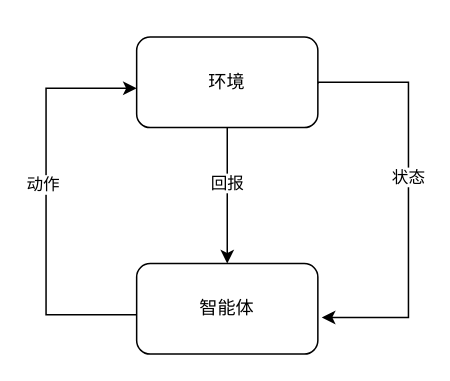
catizxt/Nqueen keeps this draw.io diagram as marl-env.drawio. Above is the earlier version. Source tidied: cells renumbered, new cells numbered last; positions are measured from the earlier drawing's top-left corner, leaving out a move shared by most shapes. Both pictures are drawn from the tidied source at 151%, with x=0, y=0 at pixel (45, 36).
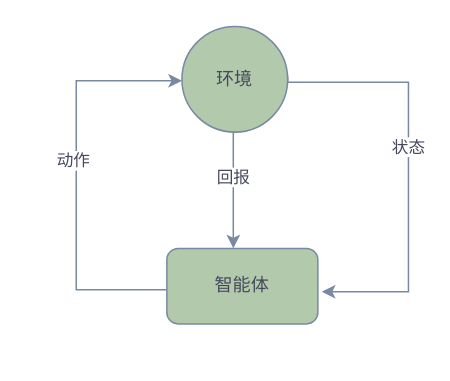
After the change.

The edit, as a diff of the source:
```diff
@@
 <mxGraphModel>
   <root>
     <mxCell id="0" />
     <mxCell id="1" parent="0" />
-    <mxCell id="2" style="edgeStyle=orthogonalEdgeStyle;rounded=0;orthogonalLoop=1;jettySize=auto;html=1;entryX=0;entryY=0.667;entryDx=0;entryDy=0;entryPerimeter=0;" parent="1" edge="1">
+    <mxCell id="2" style="edgeStyle=orthogonalEdgeStyle;rounded=0;orthogonalLoop=1;jettySize=auto;html=1;exitX=0;exitY=0.567;exitDx=0;exitDy=0;exitPerimeter=0;strokeColor=#788AA3;fontColor=#46495D;" parent="1" edge="1">
       <mxGeometry relative="1" as="geometry">
-        <mxPoint x="60" y="184" as="sourcePoint" />
-        <mxPoint x="60" y="34" as="targetPoint" />
+        <mxPoint x="80" y="167.4" as="sourcePoint" />
+        <mxPoint x="90" y="29" as="targetPoint" />
         <Array as="points">
-          <mxPoint y="184" />
-          <mxPoint y="34" />
+          <mxPoint x="20" y="167" />
+          <mxPoint x="20" y="29" />
         </Array>
       </mxGeometry>
     </mxCell>
-    <mxCell id="3" value="动作" style="edgeLabel;html=1;align=center;verticalAlign=middle;" parent="2" vertex="1">
+    <mxCell id="3" value="动作" style="edgeLabel;html=1;align=center;verticalAlign=middle;fontColor=#46495D;" parent="2" vertex="1">
       <mxGeometry x="0.09" y="3" relative="1" as="geometry" />
     </mxCell>
-    <mxCell id="4" value="智能体" style="rounded=1;whiteSpace=wrap;html=1;" parent="1" vertex="1">
-      <mxGeometry x="60" y="150" width="120" height="60" as="geometry" />
+    <mxCell id="4" value="智能体" style="rounded=1;whiteSpace=wrap;html=1;fillColor=#B2C9AB;strokeColor=#788AA3;fontColor=#46495D;" parent="1" vertex="1">
+      <mxGeometry x="80" y="140" width="100" height="50" as="geometry" />
     </mxCell>
-    <mxCell id="5" style="edgeStyle=orthogonalEdgeStyle;rounded=0;jettySize=auto;html=1;" parent="1" edge="1" source="9" target="4">
-      <mxGeometry relative="1" as="geometry" />
+    <mxCell id="5" style="edgeStyle=orthogonalEdgeStyle;rounded=0;orthogonalLoop=1;jettySize=auto;html=1;strokeColor=#788AA3;fontColor=#46495D;" parent="1" edge="1">
+      <mxGeometry relative="1" as="geometry">
+        <mxPoint x="124" y="60" as="sourcePoint" />
+        <mxPoint x="124" y="140" as="targetPoint" />
+      </mxGeometry>
     </mxCell>
-    <mxCell id="6" value="回报" style="edgeLabel;html=1;align=center;verticalAlign=middle;" parent="5" vertex="1">
+    <mxCell id="6" value="回报" style="edgeLabel;html=1;align=center;verticalAlign=middle;fontColor=#46495D;" parent="5" vertex="1">
       <mxGeometry x="-0.19" y="-1" relative="1" as="geometry" />
     </mxCell>
-    <mxCell id="7" style="edgeStyle=orthogonalEdgeStyle;rounded=0;orthogonalLoop=1;jettySize=auto;html=1;entryX=1.022;entryY=0.578;entryDx=0;entryDy=0;entryPerimeter=0;" parent="1" edge="1">
+    <mxCell id="7" style="edgeStyle=orthogonalEdgeStyle;rounded=0;orthogonalLoop=1;jettySize=auto;html=1;entryX=1.022;entryY=0.578;entryDx=0;entryDy=0;entryPerimeter=0;exitX=1;exitY=0.5;exitDx=0;exitDy=0;strokeColor=#788AA3;fontColor=#46495D;" parent="1" edge="1">
       <mxGeometry relative="1" as="geometry">
-        <mxPoint x="180" y="31" as="sourcePoint" />
-        <mxPoint x="182.6" y="185.7" as="targetPoint" />
+        <mxPoint x="160" y="26" as="sourcePoint" />
+        <mxPoint x="182.6" y="168.7" as="targetPoint" />
         <Array as="points">
-          <mxPoint x="180" y="30" />
+          <mxPoint x="160" y="30" />
           <mxPoint x="240" y="30" />
-          <mxPoint x="240" y="186" />
+          <mxPoint x="240" y="169" />
         </Array>
       </mxGeometry>
     </mxCell>
-    <mxCell id="8" value="状态" style="edgeLabel;html=1;align=center;verticalAlign=middle;" parent="7" vertex="1">
+    <mxCell id="8" value="状态" style="edgeLabel;html=1;align=center;verticalAlign=middle;fontColor=#46495D;" parent="7" vertex="1">
       <mxGeometry x="-0.11" y="-1" relative="1" as="geometry">
         <mxPoint y="1" as="offset" />
       </mxGeometry>
     </mxCell>
-    <mxCell id="9" value="环境" style="rounded=1;whiteSpace=wrap;html=1;" parent="1" vertex="1">
-      <mxGeometry x="60" width="120" height="60" as="geometry" />
+    <mxCell id="9" value="环境" style="ellipse;whiteSpace=wrap;html=1;fillColor=#B2C9AB;strokeColor=#788AA3;fontColor=#46495D;" parent="1" vertex="1">
+      <mxGeometry x="90" y="-7" width="70" height="70" as="geometry" />
     </mxCell>
   </root>
 </mxGraphModel>
```
